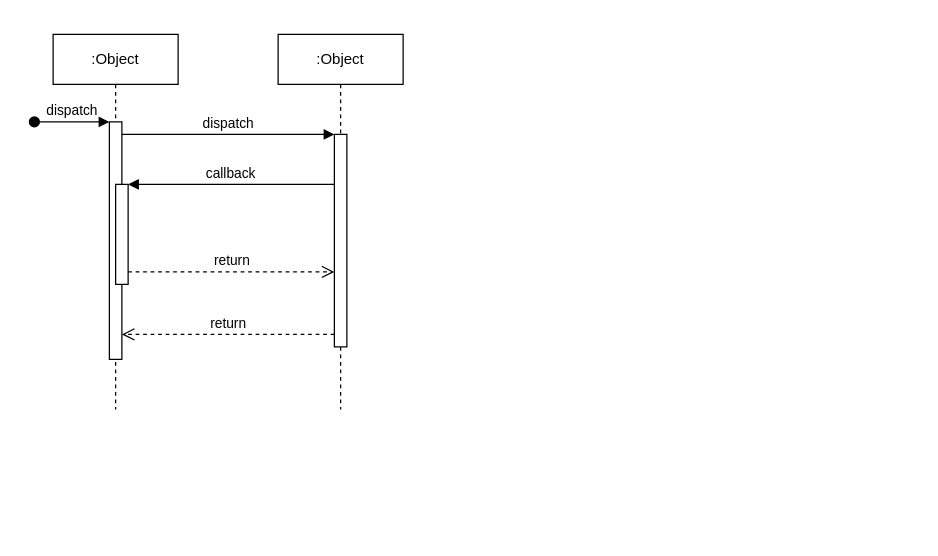
This is Sequence.drawio from SoloAdventurer/cuddly-umbrella, a draw.io file, before an edit. Source tidied: cells renumbered, new cells numbered last; positions are measured from the earlier drawing's top-left corner, leaving out a move shared by most shapes. Both pictures are drawn from the tidied source at 125%, with x=0, y=0 at pixel (34, 34).
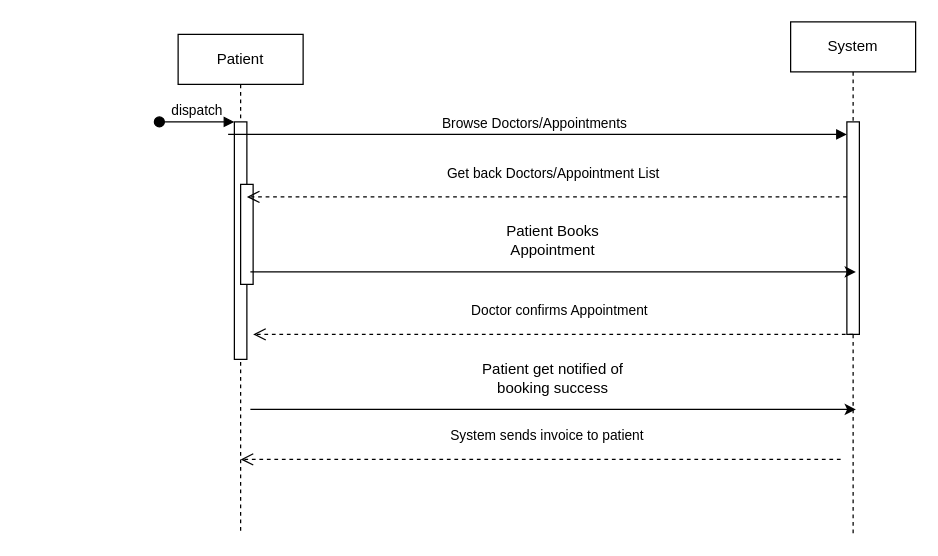
Above is the later version.

Unchanged cells that the change refers to:
```xml
<mxCell id="3" style="html=1;points=[];perimeter=orthogonalPerimeter;outlineConnect=0;targetShapes=umlLifeline;portConstraint=eastwest;newEdgeStyle={&quot;edgeStyle&quot;:&quot;elbowEdgeStyle&quot;,&quot;elbow&quot;:&quot;vertical&quot;,&quot;curved&quot;:0,&quot;rounded&quot;:0};" parent="2" vertex="1">
  <mxGeometry x="45" y="70" width="10" height="190" as="geometry" />
</mxCell>
<mxCell id="5" style="html=1;points=[];perimeter=orthogonalPerimeter;outlineConnect=0;targetShapes=umlLifeline;portConstraint=eastwest;newEdgeStyle={&quot;edgeStyle&quot;:&quot;elbowEdgeStyle&quot;,&quot;elbow&quot;:&quot;vertical&quot;,&quot;curved&quot;:0,&quot;rounded&quot;:0};" parent="2" vertex="1">
  <mxGeometry x="50" y="120" width="10" height="80" as="geometry" />
</mxCell>
<mxCell id="7" style="html=1;points=[];perimeter=orthogonalPerimeter;outlineConnect=0;targetShapes=umlLifeline;portConstraint=eastwest;newEdgeStyle={&quot;edgeStyle&quot;:&quot;elbowEdgeStyle&quot;,&quot;elbow&quot;:&quot;vertical&quot;,&quot;curved&quot;:0,&quot;rounded&quot;:0};" parent="6" vertex="1">
  <mxGeometry x="45" y="80" width="10" height="170" as="geometry" />
</mxCell>
```

Change to the diagram source:
```diff
@@
-    <mxCell id="2" value=":Object" style="shape=umlLifeline;perimeter=lifelinePerimeter;whiteSpace=wrap;html=1;newEdgeStyle={&quot;edgeStyle&quot;:&quot;elbowEdgeStyle&quot;,&quot;elbow&quot;:&quot;vertical&quot;,&quot;curved&quot;:0,&quot;rounded&quot;:0};" parent="1" vertex="1">
-      <mxGeometry x="15" width="100" height="300" as="geometry" />
+    <mxCell id="2" value="Patient" style="shape=umlLifeline;perimeter=lifelinePerimeter;whiteSpace=wrap;html=1;newEdgeStyle={&quot;edgeStyle&quot;:&quot;elbowEdgeStyle&quot;,&quot;elbow&quot;:&quot;vertical&quot;,&quot;curved&quot;:0,&quot;rounded&quot;:0};" parent="1" vertex="1">
+      <mxGeometry x="115" width="100" height="400" as="geometry" />
     </mxCell>
@@
-    <mxCell id="6" value=":Object" style="shape=umlLifeline;perimeter=lifelinePerimeter;whiteSpace=wrap;html=1;newEdgeStyle={&quot;edgeStyle&quot;:&quot;elbowEdgeStyle&quot;,&quot;elbow&quot;:&quot;vertical&quot;,&quot;curved&quot;:0,&quot;rounded&quot;:0};" parent="1" vertex="1">
-      <mxGeometry x="195" width="100" height="300" as="geometry" />
+    <mxCell id="6" value="System" style="shape=umlLifeline;perimeter=lifelinePerimeter;whiteSpace=wrap;html=1;newEdgeStyle={&quot;edgeStyle&quot;:&quot;elbowEdgeStyle&quot;,&quot;elbow&quot;:&quot;vertical&quot;,&quot;curved&quot;:0,&quot;rounded&quot;:0};" parent="1" vertex="1">
+      <mxGeometry x="605" y="-10" width="100" height="410" as="geometry" />
     </mxCell>
@@
-    <mxCell id="8" value="dispatch" style="html=1;verticalAlign=bottom;endArrow=block;edgeStyle=elbowEdgeStyle;elbow=vertical;curved=0;rounded=0;" parent="1" edge="1" source="3" target="7">
+    <mxCell id="8" value="Browse Doctors/Appointments" style="html=1;verticalAlign=bottom;endArrow=block;edgeStyle=elbowEdgeStyle;elbow=vertical;curved=0;rounded=0;" parent="1" edge="1" source="3" target="7">
       <mxGeometry relative="1" as="geometry">
         <Array as="points">
           <mxPoint x="155" y="80" />
         </Array>
       </mxGeometry>
     </mxCell>
-    <mxCell id="9" value="return" style="html=1;verticalAlign=bottom;endArrow=open;dashed=1;endSize=8;edgeStyle=elbowEdgeStyle;elbow=vertical;curved=0;rounded=0;" parent="1" edge="1" source="7" target="3">
-      <mxGeometry relative="1" as="geometry">
+    <mxCell id="9" value="Get back Doctors/Appointment List" style="html=1;verticalAlign=bottom;endArrow=open;dashed=1;endSize=8;edgeStyle=elbowEdgeStyle;elbow=vertical;curved=0;rounded=0;" parent="1" edge="1" source="7" target="3">
+      <mxGeometry x="-0.02" y="-10" relative="1" as="geometry">
         <Array as="points">
-          <mxPoint x="165" y="240" />
+          <mxPoint x="415" y="130" />
         </Array>
       </mxGeometry>
     </mxCell>
-    <mxCell id="10" value="callback" style="html=1;verticalAlign=bottom;endArrow=block;edgeStyle=elbowEdgeStyle;elbow=vertical;curved=0;rounded=0;" parent="1" edge="1" source="7" target="5">
-      <mxGeometry relative="1" as="geometry">
-        <Array as="points">
-          <mxPoint x="165" y="120" />
-        </Array>
-      </mxGeometry>
-    </mxCell>
-    <mxCell id="11" value="return" style="html=1;verticalAlign=bottom;endArrow=open;dashed=1;endSize=8;edgeStyle=elbowEdgeStyle;elbow=vertical;curved=0;rounded=0;" parent="1" edge="1" source="5" target="7">
-      <mxGeometry relative="1" as="geometry">
-        <Array as="points">
-          <mxPoint x="155" y="190" />
-        </Array>
-      </mxGeometry>
-    </mxCell>
+    <mxCell id="12" style="edgeStyle=elbowEdgeStyle;rounded=0;orthogonalLoop=1;jettySize=auto;html=1;elbow=vertical;curved=0;" parent="1" edge="1">
+      <mxGeometry relative="1" as="geometry">
+        <mxPoint x="172.8" y="190" as="sourcePoint" />
+        <mxPoint x="657.2" y="190" as="targetPoint" />
+        <Array as="points">
+          <mxPoint x="377.8" y="190" />
+        </Array>
+      </mxGeometry>
+    </mxCell>
+    <mxCell id="13" value="Patient Books Appointment" style="text;html=1;whiteSpace=wrap;strokeColor=none;fillColor=none;align=center;verticalAlign=middle;rounded=0;" parent="1" vertex="1">
+      <mxGeometry x="345" y="150" width="140" height="30" as="geometry" />
+    </mxCell>
+    <mxCell id="14" value="Doctor confirms Appointment" style="html=1;verticalAlign=bottom;endArrow=open;dashed=1;endSize=8;edgeStyle=elbowEdgeStyle;elbow=vertical;curved=0;rounded=0;" parent="1" edge="1">
+      <mxGeometry x="-0.02" y="-10" relative="1" as="geometry">
+        <mxPoint x="655" y="240" as="sourcePoint" />
+        <mxPoint x="175" y="240" as="targetPoint" />
+        <Array as="points">
+          <mxPoint x="420" y="240" />
+        </Array>
+      </mxGeometry>
+    </mxCell>
+    <mxCell id="15" value="Patient get notified of booking success" style="text;html=1;whiteSpace=wrap;strokeColor=none;fillColor=none;align=center;verticalAlign=middle;rounded=0;" parent="1" vertex="1">
+      <mxGeometry x="345" y="260" width="140" height="30" as="geometry" />
+    </mxCell>
+    <mxCell id="16" style="edgeStyle=elbowEdgeStyle;rounded=0;orthogonalLoop=1;jettySize=auto;html=1;elbow=vertical;curved=0;" parent="1" edge="1">
+      <mxGeometry relative="1" as="geometry">
+        <mxPoint x="172.8" y="300" as="sourcePoint" />
+        <mxPoint x="657.2" y="300" as="targetPoint" />
+        <Array as="points">
+          <mxPoint x="377.8" y="300" />
+        </Array>
+      </mxGeometry>
+    </mxCell>
+    <mxCell id="17" value="System sends invoice to patient" style="html=1;verticalAlign=bottom;endArrow=open;dashed=1;endSize=8;edgeStyle=elbowEdgeStyle;elbow=vertical;curved=0;rounded=0;" parent="1" edge="1">
+      <mxGeometry x="-0.02" y="-10" relative="1" as="geometry">
+        <mxPoint x="645" y="340" as="sourcePoint" />
+        <mxPoint x="165" y="340" as="targetPoint" />
+        <Array as="points">
+          <mxPoint x="410" y="340" />
+        </Array>
+      </mxGeometry>
+    </mxCell>
```
